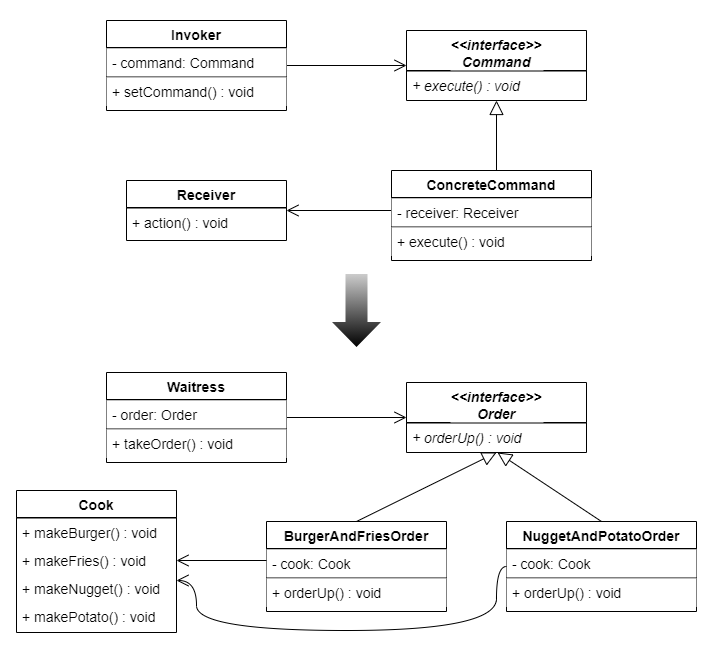
The draw.io diagram src/main/java/DesignPatterns/command/Command.png in jtjin/DesignPatterns, before a commit. Source tidied: cells renumbered, new cells last; positions are measured from the earlier drawing's top-left corner, leaving out a move shared by most shapes.
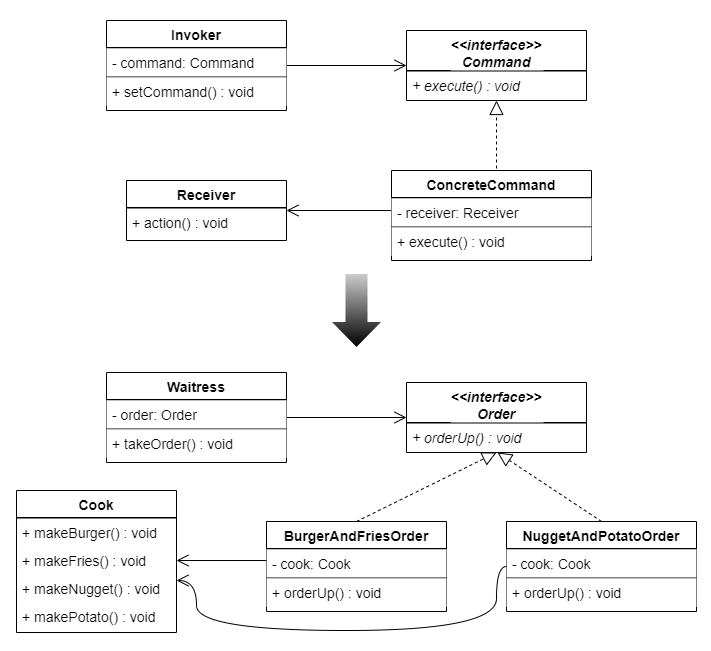
Later version of the same file.

What changed in the source:
```diff
@@ -19,7 +19,7 @@
         <mxPoint x="401" y="210" as="sourcePoint" />
       </mxGeometry>
     </mxCell>
-    <mxCell id="7" style="endArrow=block;endSize=12;endFill=0;html=1;fontFamily=Helvetica;fontSize=14;exitX=0.5;exitY=0;exitDx=0;exitDy=0;entryX=0.5;entryY=1;entryDx=0;entryDy=0;" parent="1" edge="1" target="3">
+    <mxCell id="7" style="endArrow=block;endSize=12;endFill=0;html=1;fontFamily=Helvetica;fontSize=14;exitX=0.5;exitY=0;exitDx=0;exitDy=0;entryX=0.5;entryY=1;entryDx=0;entryDy=0;dashed=1;" parent="1" edge="1" target="3">
       <mxGeometry x="424.5" y="323.2" as="geometry">
         <mxPoint x="496" y="180" as="sourcePoint" />
       </mxGeometry>
@@ -47,7 +47,7 @@
     <mxCell id="14" value="+ orderUp() : void" style="text;align=left;verticalAlign=top;spacingLeft=4;spacingRight=4;overflow=hidden;fontFamily=Helvetica;fontSize=14;labelBackgroundColor=#ffffff;fontStyle=2;" parent="12" vertex="1">
       <mxGeometry y="41" width="180" height="28" as="geometry" />
     </mxCell>
-    <mxCell id="15" style="endArrow=block;endSize=12;endFill=0;html=1;fontFamily=Helvetica;fontSize=14;exitX=0.5;exitY=0;exitDx=0;exitDy=0;entryX=0.5;entryY=1;entryDx=0;entryDy=0;" parent="1" edge="1" source="29" target="12">
+    <mxCell id="15" style="endArrow=block;endSize=12;endFill=0;html=1;fontFamily=Helvetica;fontSize=14;exitX=0.5;exitY=0;exitDx=0;exitDy=0;entryX=0.5;entryY=1;entryDx=0;entryDy=0;dashed=1;" parent="1" edge="1" source="29" target="12">
       <mxGeometry x="424.5" y="675.2" as="geometry" />
     </mxCell>
     <mxCell id="16" style="edgeStyle=orthogonalEdgeStyle;curved=1;jettySize=auto;html=1;entryX=0;entryY=0.5;entryDx=0;entryDy=0;endArrow=open;endFill=0;endSize=10;fontColor=#000000;" parent="1" edge="1" target="12">
@@ -124,7 +124,7 @@
     <mxCell id="38" value="+ orderUp() : void" style="text;align=left;verticalAlign=top;spacingLeft=4;spacingRight=4;overflow=hidden;fontFamily=Helvetica;fontSize=14;labelBackgroundColor=#ffffff;fillColor=#ffffff;fontStyle=0;" parent="34" vertex="1">
       <mxGeometry y="57" width="190" height="28" as="geometry" />
     </mxCell>
-    <mxCell id="39" style="endArrow=block;endSize=12;endFill=0;html=1;fontFamily=Helvetica;fontSize=14;exitX=0.5;exitY=0;exitDx=0;exitDy=0;" parent="1" edge="1" source="34">
+    <mxCell id="39" style="endArrow=block;endSize=12;endFill=0;html=1;fontFamily=Helvetica;fontSize=14;exitX=0.5;exitY=0;exitDx=0;exitDy=0;dashed=1;" parent="1" edge="1" source="34">
       <mxGeometry x="434.5" y="685.2" as="geometry">
         <mxPoint x="497" y="452" as="targetPoint" />
       </mxGeometry>
```
